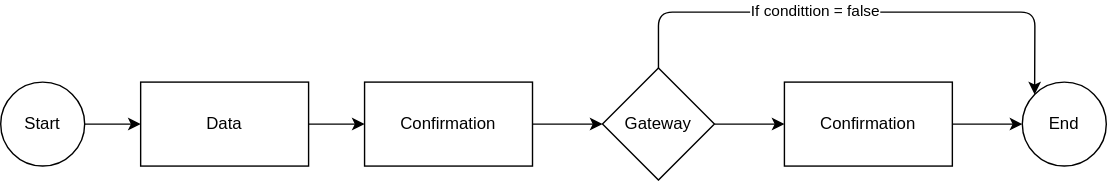
This is content/technology/solutions/app-template/processhandling/process4.drawio.svg from Altinn/altinn-studio-docs, a draw.io export, as it was before one commit. Source tidied: cells renumbered, new cells last; positions are measured from the earlier drawing's top-left corner, leaving out a move shared by most shapes. Its diagram source:
```xml
<mxGraphModel>
  <root>
    <mxCell id="0" />
    <mxCell id="1" parent="0" />
    <mxCell id="2" style="edgeStyle=none;html=1;" parent="1" edge="1" source="3" target="14">
      <mxGeometry relative="1" as="geometry" />
    </mxCell>
    <mxCell id="3" value="Confirmation" style="rounded=0;whiteSpace=wrap;html=1;" parent="1" vertex="1">
      <mxGeometry x="260" y="50" width="120" height="60" as="geometry" />
    </mxCell>
    <mxCell id="4" value="End" style="ellipse;whiteSpace=wrap;html=1;" parent="1" vertex="1">
      <mxGeometry x="730" y="50" width="60" height="60" as="geometry" />
    </mxCell>
    <mxCell id="5" style="edgeStyle=none;html=1;entryX=0;entryY=0.5;entryDx=0;entryDy=0;" parent="1" edge="1" source="6" target="10">
      <mxGeometry relative="1" as="geometry" />
    </mxCell>
    <mxCell id="6" value="Start" style="ellipse;whiteSpace=wrap;html=1;" parent="1" vertex="1">
      <mxGeometry y="50" width="60" height="60" as="geometry" />
    </mxCell>
    <mxCell id="7" style="edgeStyle=none;html=1;entryX=0;entryY=0.5;entryDx=0;entryDy=0;" parent="1" edge="1" source="8" target="4">
      <mxGeometry relative="1" as="geometry" />
    </mxCell>
    <mxCell id="8" value="Confirmation" style="rounded=0;whiteSpace=wrap;html=1;" parent="1" vertex="1">
      <mxGeometry x="560" y="50" width="120" height="60" as="geometry" />
    </mxCell>
    <mxCell id="9" style="edgeStyle=none;html=1;entryX=0;entryY=0.5;entryDx=0;entryDy=0;" parent="1" edge="1" source="10" target="3">
      <mxGeometry relative="1" as="geometry" />
    </mxCell>
    <mxCell id="10" value="Data" style="rounded=0;whiteSpace=wrap;html=1;" parent="1" vertex="1">
      <mxGeometry x="100" y="50" width="120" height="60" as="geometry" />
    </mxCell>
    <mxCell id="11" style="edgeStyle=none;html=1;entryX=0;entryY=0;entryDx=0;entryDy=0;" parent="1" edge="1" source="14" target="4">
      <mxGeometry relative="1" as="geometry">
        <Array as="points">
          <mxPoint x="470" />
          <mxPoint x="739" />
        </Array>
      </mxGeometry>
    </mxCell>
    <mxCell id="12" value="If condittion = false" style="edgeLabel;html=1;align=center;verticalAlign=middle;" parent="11" vertex="1">
      <mxGeometry x="-0.18" y="2" relative="1" as="geometry" />
    </mxCell>
    <mxCell id="13" style="edgeStyle=none;html=1;entryX=0;entryY=0.5;entryDx=0;entryDy=0;" parent="1" edge="1" source="14" target="8">
      <mxGeometry relative="1" as="geometry" />
    </mxCell>
    <mxCell id="14" value="Gateway" style="rhombus;whiteSpace=wrap;html=1;rounded=0;" parent="1" vertex="1">
      <mxGeometry x="430" y="40" width="80" height="80" as="geometry" />
    </mxCell>
  </root>
</mxGraphModel>
```
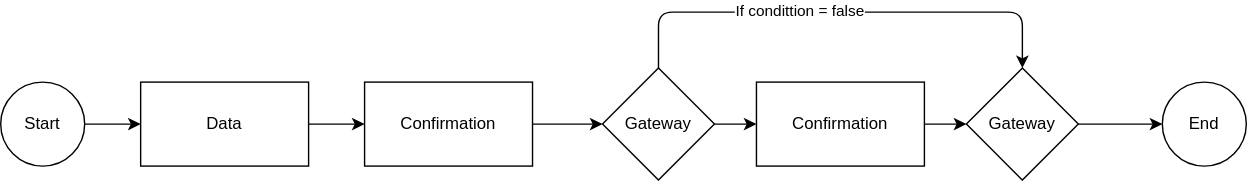
Later version of the same file.

What changed in the source:
```diff
@@ -9,7 +9,7 @@
       <mxGeometry x="260" y="50" width="120" height="60" as="geometry" />
     </mxCell>
     <mxCell id="4" value="End" style="ellipse;whiteSpace=wrap;html=1;" parent="1" vertex="1">
-      <mxGeometry x="730" y="50" width="60" height="60" as="geometry" />
+      <mxGeometry x="830" y="50" width="60" height="60" as="geometry" />
     </mxCell>
     <mxCell id="5" style="edgeStyle=none;html=1;entryX=0;entryY=0.5;entryDx=0;entryDy=0;" parent="1" edge="1" source="6" target="10">
       <mxGeometry relative="1" as="geometry" />
@@ -17,11 +17,11 @@
     <mxCell id="6" value="Start" style="ellipse;whiteSpace=wrap;html=1;" parent="1" vertex="1">
       <mxGeometry y="50" width="60" height="60" as="geometry" />
     </mxCell>
-    <mxCell id="7" style="edgeStyle=none;html=1;entryX=0;entryY=0.5;entryDx=0;entryDy=0;" parent="1" edge="1" source="8" target="4">
-      <mxGeometry relative="1" as="geometry" />
-    </mxCell>
+    <mxCell id="15" style="edgeStyle=none;html=1;" parent="1" edge="1" source="8" target="17">
+      <mxGeometry relative="1" as="geometry" />
+    </mxCell>
     <mxCell id="8" value="Confirmation" style="rounded=0;whiteSpace=wrap;html=1;" parent="1" vertex="1">
-      <mxGeometry x="560" y="50" width="120" height="60" as="geometry" />
+      <mxGeometry x="540" y="50" width="120" height="60" as="geometry" />
     </mxCell>
     <mxCell id="9" style="edgeStyle=none;html=1;entryX=0;entryY=0.5;entryDx=0;entryDy=0;" parent="1" edge="1" source="10" target="3">
       <mxGeometry relative="1" as="geometry" />
@@ -29,11 +29,11 @@
     <mxCell id="10" value="Data" style="rounded=0;whiteSpace=wrap;html=1;" parent="1" vertex="1">
       <mxGeometry x="100" y="50" width="120" height="60" as="geometry" />
     </mxCell>
-    <mxCell id="11" style="edgeStyle=none;html=1;entryX=0;entryY=0;entryDx=0;entryDy=0;" parent="1" edge="1" source="14" target="4">
+    <mxCell id="11" style="edgeStyle=none;html=1;entryX=0.5;entryY=0;entryDx=0;entryDy=0;" parent="1" edge="1" source="14" target="17">
       <mxGeometry relative="1" as="geometry">
         <Array as="points">
           <mxPoint x="470" />
-          <mxPoint x="739" />
+          <mxPoint x="730" />
         </Array>
       </mxGeometry>
     </mxCell>
@@ -46,5 +46,11 @@
     <mxCell id="14" value="Gateway" style="rhombus;whiteSpace=wrap;html=1;rounded=0;" parent="1" vertex="1">
       <mxGeometry x="430" y="40" width="80" height="80" as="geometry" />
     </mxCell>
+    <mxCell id="16" style="edgeStyle=none;html=1;entryX=0;entryY=0.5;entryDx=0;entryDy=0;" parent="1" edge="1" source="17" target="4">
+      <mxGeometry relative="1" as="geometry" />
+    </mxCell>
+    <mxCell id="17" value="Gateway" style="rhombus;whiteSpace=wrap;html=1;rounded=0;" parent="1" vertex="1">
+      <mxGeometry x="690" y="40" width="80" height="80" as="geometry" />
+    </mxCell>
   </root>
 </mxGraphModel>
```
